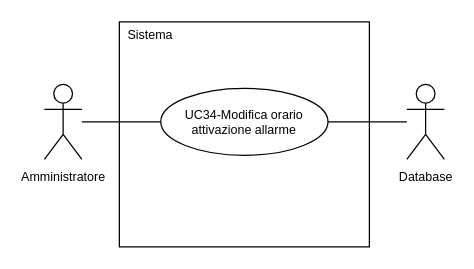
SnakeByteTeam/snakebyteteam.github.io keeps this draw.io diagram as 2-RTB/Documenti_esterni/Analisi_dei_requisiti/draw.io/UC34.drawio. Above is the earlier version. Source tidied: cells renumbered, new cells numbered last; positions are measured from the earlier drawing's top-left corner, leaving out a move shared by most shapes. Both pictures are drawn from the tidied source at 125%, with x=0, y=0 at pixel (44, 21).
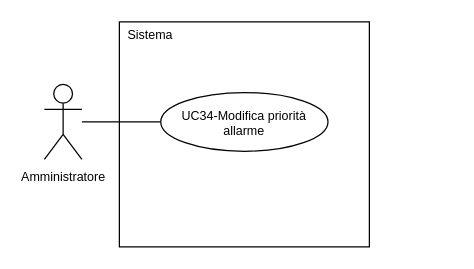
Above is the later version.

Diff of the diagram source:
```diff
@@
 <mxGraphModel>
   <root>
     <mxCell id="0" />
     <mxCell id="1" parent="0" />
     <mxCell id="2" value="&lt;font style=&quot;font-size: 10px; line-height: 100%;&quot;&gt;Amministratore&lt;/font&gt;" style="shape=umlActor;verticalLabelPosition=bottom;verticalAlign=top;html=1;outlineConnect=0;" parent="1" vertex="1">
       <mxGeometry y="50" width="30" height="60" as="geometry" />
     </mxCell>
     <mxCell id="3" style="rounded=0;whiteSpace=wrap;html=1;" parent="1" vertex="1">
       <mxGeometry x="60" width="200" height="180" as="geometry" />
     </mxCell>
     <mxCell id="4" style="edgeStyle=orthogonalEdgeStyle;rounded=0;jettySize=auto;html=1;exitX=0;exitY=0.5;exitDx=0;exitDy=0;endArrow=none;endFill=0;" parent="1" edge="1" source="5" target="2">
       <mxGeometry relative="1" as="geometry" />
     </mxCell>
-    <mxCell id="5" value="&lt;div style=&quot;line-height: 100%;&quot;&gt;&lt;font style=&quot;line-height: 100%; font-size: 10px;&quot;&gt;UC34-Modifica orario attivazione&lt;/font&gt;&lt;span style=&quot;font-size: 10px; background-color: transparent; color: light-dark(rgb(0, 0, 0), rgb(255, 255, 255));&quot;&gt;&amp;nbsp;allarme&lt;/span&gt;&lt;/div&gt;" style="ellipse;whiteSpace=wrap;html=1;" parent="1" vertex="1">
-      <mxGeometry x="93.1" y="53.2" width="133.8" height="53.5" as="geometry" />
+    <mxCell id="5" value="&lt;div style=&quot;line-height: 100%;&quot;&gt;&lt;font style=&quot;line-height: 100%; font-size: 10px;&quot;&gt;UC34-Modifica priorità allarme&lt;br&gt;&lt;/font&gt;&lt;/div&gt;" style="ellipse;whiteSpace=wrap;html=1;" parent="1" vertex="1">
+      <mxGeometry x="93.1" y="56.5" width="133.8" height="47" as="geometry" />
     </mxCell>
     <mxCell id="6" value="&lt;font style=&quot;font-size: 10px;&quot;&gt;Sistema&lt;/font&gt;" style="text;html=1;whiteSpace=wrap;strokeColor=none;fillColor=none;align=center;verticalAlign=middle;rounded=0;" parent="1" vertex="1">
       <mxGeometry x="60" width="50" height="20" as="geometry" />
     </mxCell>
-    <mxCell id="7" style="edgeStyle=orthogonalEdgeStyle;rounded=0;jettySize=auto;html=1;entryX=1;entryY=0.5;entryDx=0;entryDy=0;endArrow=none;endFill=0;" parent="1" edge="1" source="8" target="5">
-      <mxGeometry relative="1" as="geometry" />
-    </mxCell>
-    <mxCell id="8" value="&lt;span style=&quot;font-size: 10px;&quot;&gt;Database&lt;/span&gt;" style="shape=umlActor;verticalLabelPosition=bottom;verticalAlign=top;html=1;outlineConnect=0;" parent="1" vertex="1">
-      <mxGeometry x="290" y="50" width="30" height="60" as="geometry" />
-    </mxCell>
   </root>
 </mxGraphModel>
```
